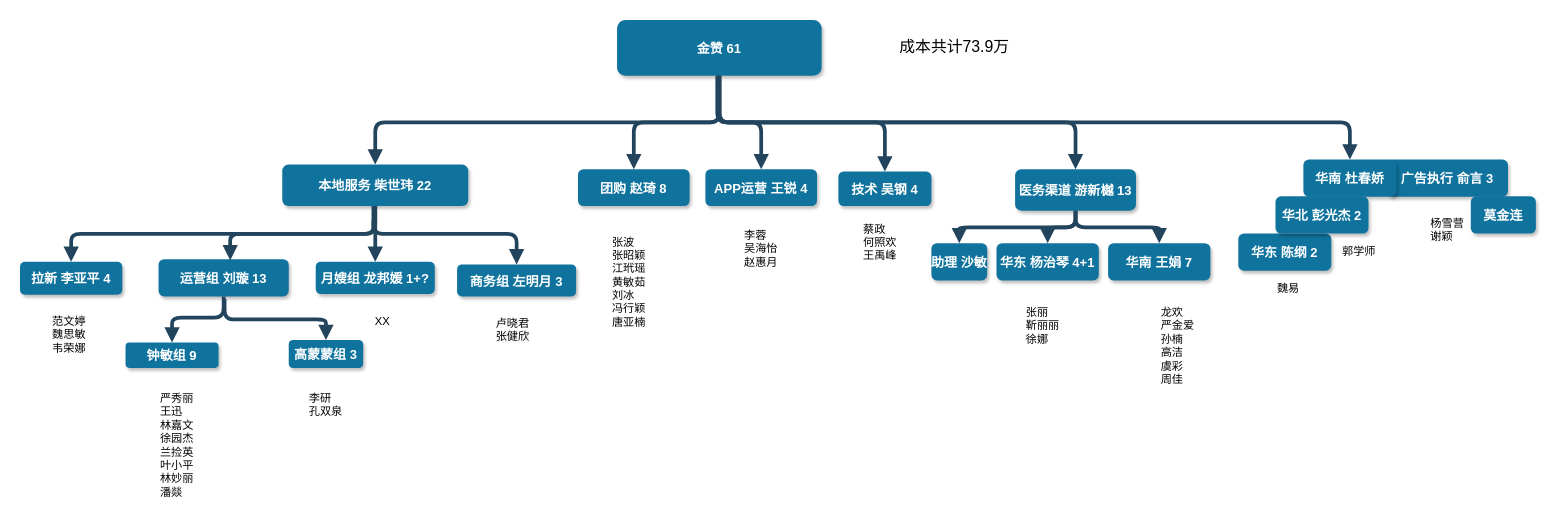
Earlier version of the draw.io diagram page "辣妈帮" (1 of 2) of reorg-2021Feb.drawio (wholehope/diagram). Source tidied: cells renumbered, new cells numbered last; positions are measured from the earlier drawing's top-left corner, leaving out a move shared by most shapes. Both pictures are drawn from the tidied source at 93%, with x=0, y=0 at pixel (20, 20).
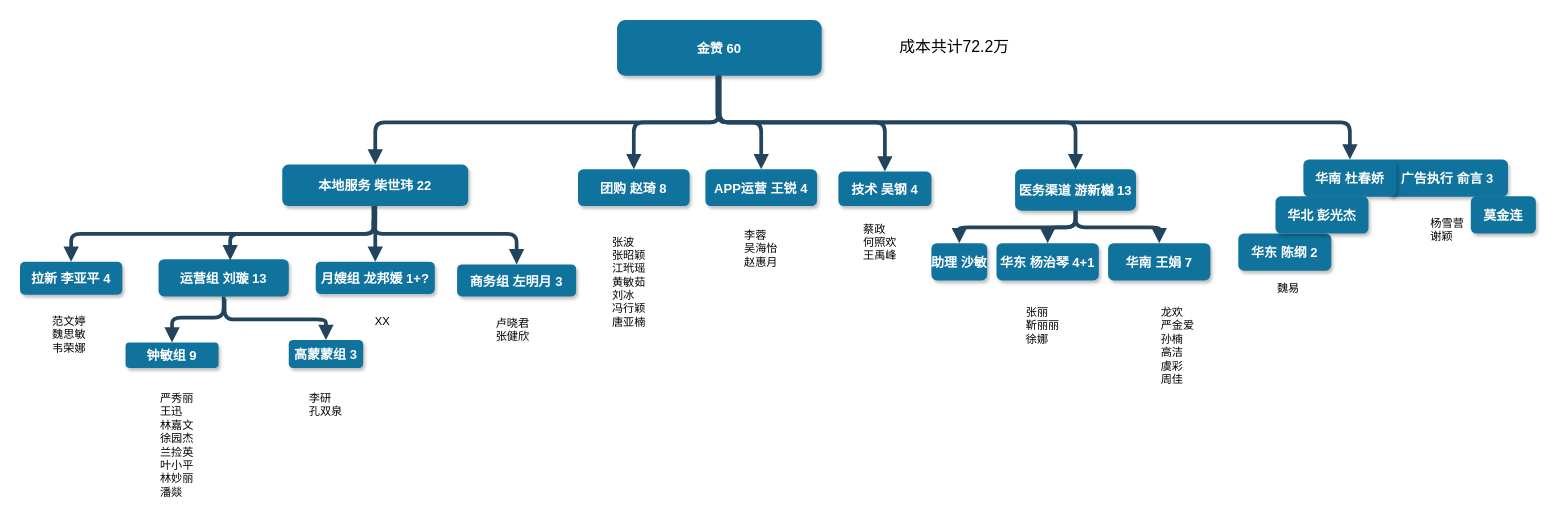
After the change.

Change to the diagram source:
```diff
@@
-    <mxCell id="2" value="金赞 61" style="rounded=1;fillColor=#10739E;strokeColor=none;shadow=1;gradientColor=none;fontStyle=1;fontColor=#FFFFFF;fontSize=14;" parent="1" vertex="1">
+    <mxCell id="2" value="金赞 60" style="rounded=1;fillColor=#10739E;strokeColor=none;shadow=1;gradientColor=none;fontStyle=1;fontColor=#FFFFFF;fontSize=14;" parent="1" vertex="1">
       <mxGeometry x="642" width="220" height="60" as="geometry" />
     </mxCell>
@@
-    <mxCell id="40" value="华北 彭光杰 2" style="rounded=1;fillColor=#10739E;strokeColor=none;shadow=1;gradientColor=none;fontStyle=1;fontColor=#FFFFFF;fontSize=14;" parent="1" vertex="1">
+    <mxCell id="40" value="华北 彭光杰" style="rounded=1;fillColor=#10739E;strokeColor=none;shadow=1;gradientColor=none;fontStyle=1;fontColor=#FFFFFF;fontSize=14;" parent="1" vertex="1">
       <mxGeometry x="1350" y="189.6" width="100" height="40" as="geometry" />
     </mxCell>
-    <mxCell id="41" value="郭学师" style="text;whiteSpace=wrap;html=1;" parent="1" vertex="1">
-      <mxGeometry x="1420" y="234.6" width="40" height="35" as="geometry" />
-    </mxCell>
@@
-    <mxCell id="44" value="成本共计73.9万" style="text;html=1;strokeColor=none;fillColor=none;align=center;verticalAlign=middle;whiteSpace=wrap;rounded=0;strokeWidth=6;fontSize=17;" parent="1" vertex="1">
+    <mxCell id="44" value="成本共计72.2万" style="text;html=1;strokeColor=none;fillColor=none;align=center;verticalAlign=middle;whiteSpace=wrap;rounded=0;strokeWidth=6;fontSize=17;" parent="1" vertex="1">
       <mxGeometry x="910" y="20" width="190" height="20" as="geometry" />
     </mxCell>
```
